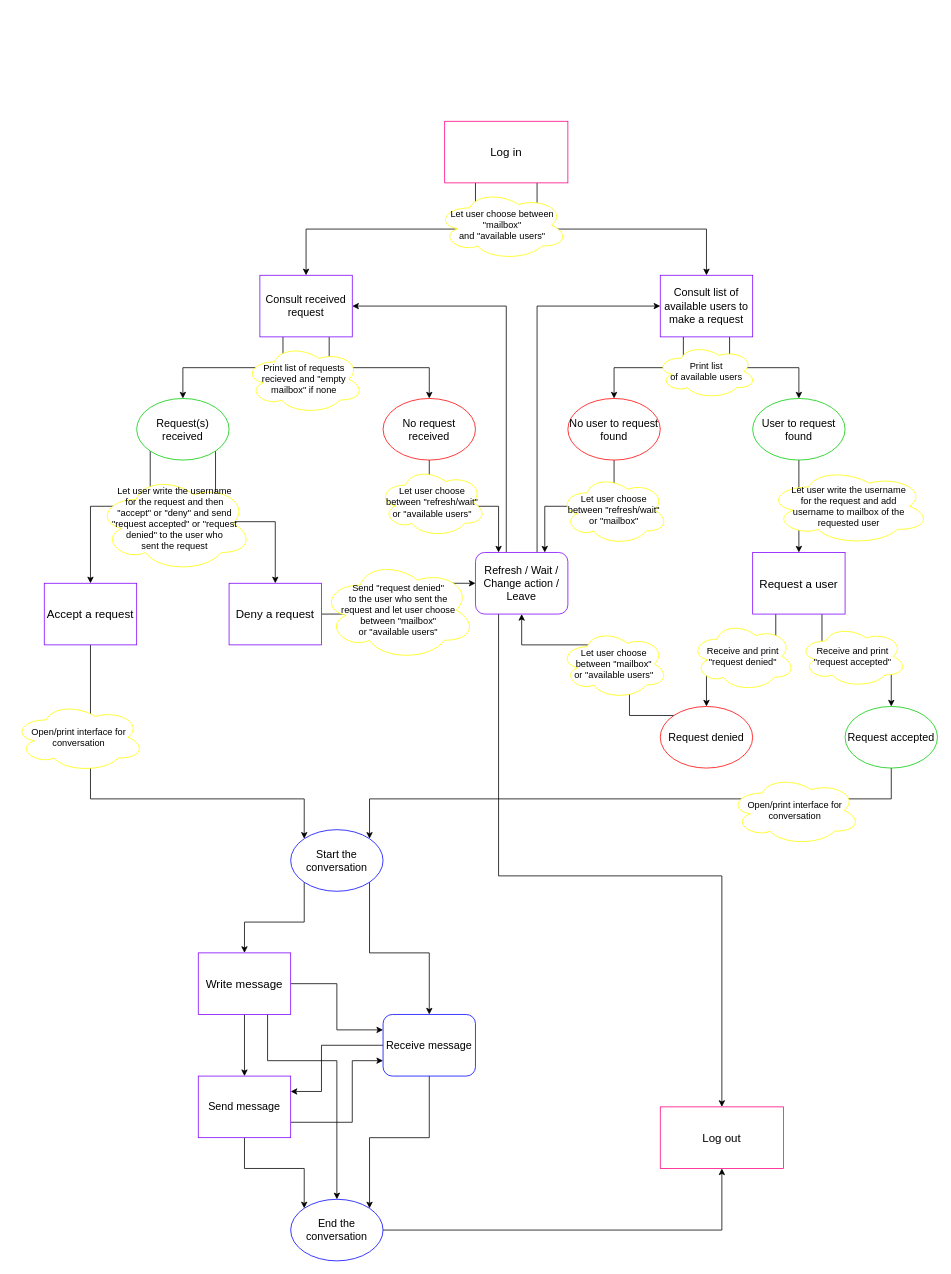
This is diagrams/User.drawio from sinagh72/FOC, a draw.io file, before an edit. Source tidied: cells renumbered, new cells numbered last; positions are measured from the earlier drawing's top-left corner, leaving out a move shared by most shapes. Both pictures are drawn from the tidied source at 77%, with x=0, y=0 at pixel (13, 121).
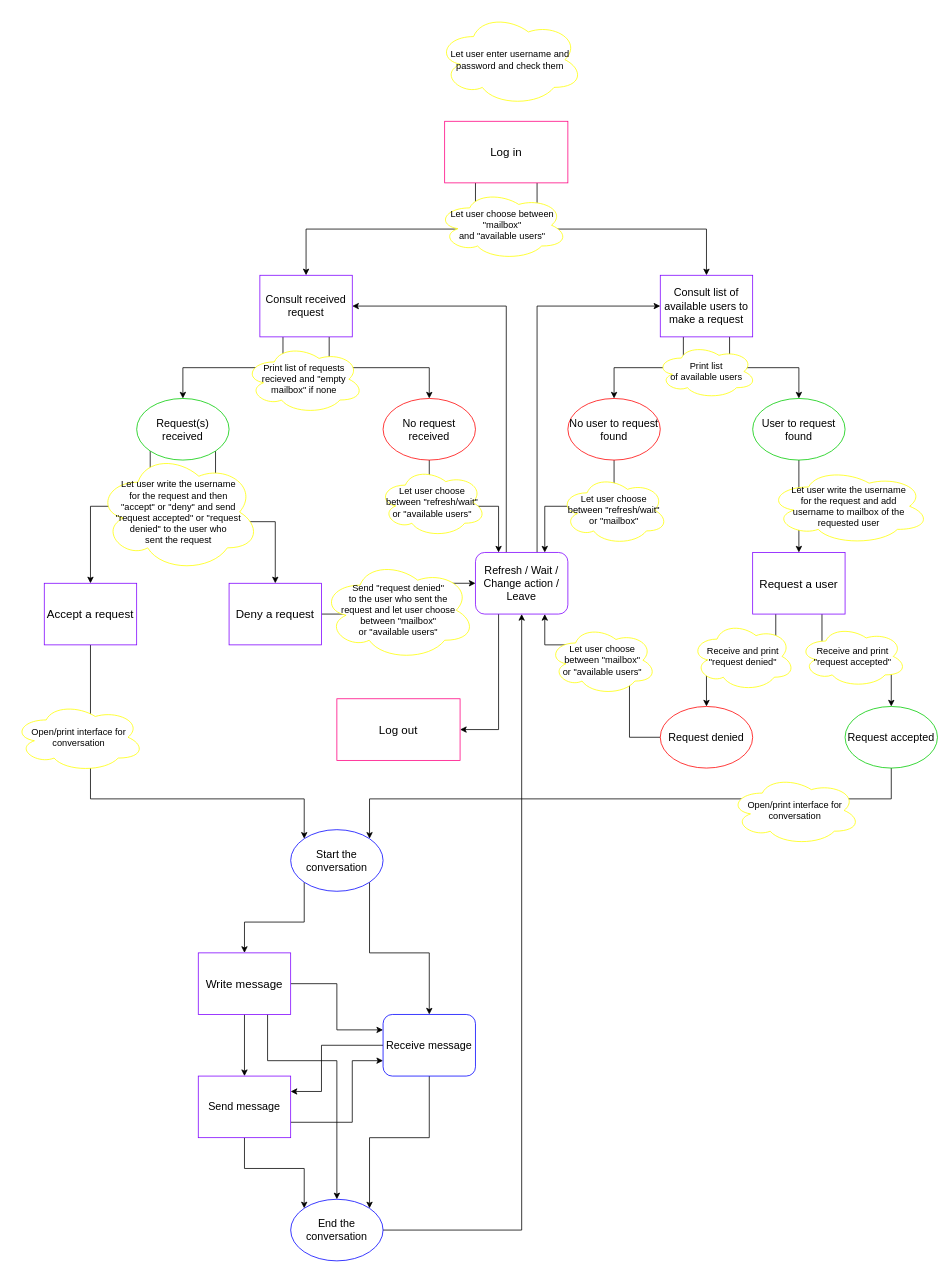
Above is the later version.

Unchanged cells that the change refers to:
```xml
<mxCell id="38" value="&lt;div&gt;&lt;font style=&quot;font-size: 14px&quot;&gt;Refresh / Wait / Change action /&lt;/font&gt;&lt;/div&gt;&lt;div&gt;&lt;font style=&quot;font-size: 14px&quot;&gt;Leave&lt;br&gt;&lt;/font&gt;&lt;/div&gt;" style="rounded=1;whiteSpace=wrap;html=1;strokeColor=#7F00FF;" parent="1" vertex="1">
  <mxGeometry x="600" y="560" width="120" height="80" as="geometry" />
</mxCell>
<mxCell id="40" value="&lt;font style=&quot;font-size: 14px&quot;&gt;Request denied&lt;/font&gt;" style="ellipse;whiteSpace=wrap;html=1;strokeColor=#FF0000;" parent="1" vertex="1">
  <mxGeometry x="840" y="760" width="120" height="80" as="geometry" />
</mxCell>
<mxCell id="47" value="&lt;font style=&quot;font-size: 14px&quot;&gt;End the conversation&lt;/font&gt;" style="ellipse;whiteSpace=wrap;html=1;strokeColor=#0000FF;" parent="1" vertex="1">
  <mxGeometry x="360" y="1400" width="120" height="80" as="geometry" />
</mxCell>
```

What changed in the source:
```diff
@@
     <mxCell id="5" value="&lt;font style=&quot;font-size: 15px&quot;&gt;Log out&lt;/font&gt;" style="rounded=0;whiteSpace=wrap;html=1;strokeColor=#FF0080;" parent="1" vertex="1">
-      <mxGeometry x="840" y="1280" width="160" height="80" as="geometry" />
+      <mxGeometry x="420" y="750" width="160" height="80" as="geometry" />
     </mxCell>
@@
-    <mxCell id="35" style="edgeStyle=orthogonalEdgeStyle;rounded=0;jettySize=auto;html=1;exitX=0.25;exitY=1;exitDx=0;exitDy=0;entryX=0.5;entryY=0;entryDx=0;entryDy=0;" parent="1" edge="1" source="38" target="5">
-      <mxGeometry relative="1" as="geometry">
-        <Array as="points">
-          <mxPoint x="630" y="980" />
-          <mxPoint x="920" y="980" />
-        </Array>
-      </mxGeometry>
-    </mxCell>
@@
+    <mxCell id="35" style="edgeStyle=orthogonalEdgeStyle;rounded=0;jettySize=auto;html=1;exitX=0.25;exitY=1;exitDx=0;exitDy=0;entryX=1;entryY=0.5;entryDx=0;entryDy=0;" parent="1" edge="1" source="38" target="5">
+      <mxGeometry relative="1" as="geometry" />
+    </mxCell>
@@
-    <mxCell id="39" style="edgeStyle=orthogonalEdgeStyle;rounded=0;jettySize=auto;html=1;exitX=0;exitY=0;exitDx=0;exitDy=0;entryX=0.5;entryY=1;entryDx=0;entryDy=0;" parent="1" edge="1" source="40" target="38">
+    <mxCell id="39" style="edgeStyle=orthogonalEdgeStyle;rounded=0;jettySize=auto;html=1;entryX=0.75;entryY=1;entryDx=0;entryDy=0;" parent="1" edge="1" source="40" target="38">
       <mxGeometry relative="1" as="geometry">
         <Array as="points">
-          <mxPoint x="800" y="772" />
+          <mxPoint x="800" y="800" />
           <mxPoint x="800" y="680" />
-          <mxPoint x="660" y="680" />
+          <mxPoint x="690" y="680" />
         </Array>
       </mxGeometry>
     </mxCell>
@@
-    <mxCell id="46" style="edgeStyle=orthogonalEdgeStyle;rounded=0;jettySize=auto;html=1;entryX=0.5;entryY=1;entryDx=0;entryDy=0;" parent="1" edge="1" source="47" target="5">
-      <mxGeometry relative="1" as="geometry" />
-    </mxCell>
+    <mxCell id="64" style="edgeStyle=orthogonalEdgeStyle;rounded=0;jettySize=auto;html=1;" parent="1" edge="1" source="47" target="38">
+      <mxGeometry relative="1" as="geometry" />
+    </mxCell>
@@
-    <mxCell id="55" value="&lt;div&gt;Let user write the username &lt;br&gt;&lt;/div&gt;&lt;div&gt;for the request and then &lt;br&gt;&lt;/div&gt;&lt;div&gt;&quot;accept&quot; or &quot;deny&quot; and send &lt;br&gt;&lt;/div&gt;&lt;div&gt;&quot;request accepted&quot; or &quot;request denied&quot; to the user who &lt;br&gt;&lt;/div&gt;&lt;div&gt;sent the request&lt;br&gt;&lt;/div&gt;&lt;div&gt;&lt;br&gt;&lt;/div&gt;" style="ellipse;shape=cloud;whiteSpace=wrap;html=1;strokeColor=#FFFF00;" parent="1" vertex="1">
-      <mxGeometry x="108.8" y="460" width="201.2" height="125" as="geometry" />
+    <mxCell id="55" value="&lt;div&gt;Let user write the username &lt;br&gt;&lt;/div&gt;&lt;div&gt;for the request and then &lt;br&gt;&lt;/div&gt;&lt;div&gt;&quot;accept&quot; or &quot;deny&quot; and send &lt;br&gt;&lt;/div&gt;&lt;div&gt;&quot;request accepted&quot; or &quot;request &lt;br&gt;&lt;/div&gt;&lt;div&gt;denied&quot; to the user who &lt;br&gt;&lt;/div&gt;&lt;div&gt;sent the request&lt;br&gt;&lt;/div&gt;" style="ellipse;shape=cloud;whiteSpace=wrap;html=1;strokeColor=#FFFF00;" parent="1" vertex="1">
+      <mxGeometry x="108.8" y="430" width="211.2" height="155" as="geometry" />
     </mxCell>
@@
     <mxCell id="58" value="&lt;div&gt;Let user choose &lt;br&gt;&lt;/div&gt;&lt;div&gt;between &quot;mailbox&quot; &lt;br&gt;&lt;/div&gt;&lt;div&gt;or &quot;available users&quot;&lt;/div&gt;" style="ellipse;shape=cloud;whiteSpace=wrap;html=1;strokeColor=#FFFF00;" parent="1" vertex="1">
-      <mxGeometry x="710" y="660" width="140" height="90" as="geometry" />
+      <mxGeometry x="695" y="655" width="140" height="90" as="geometry" />
     </mxCell>
@@
+    <mxCell id="65" value="Let user enter username and password and check them" style="ellipse;shape=cloud;whiteSpace=wrap;html=1;strokeColor=#FFFF00;" parent="1" vertex="1">
+      <mxGeometry x="550" y="-140" width="190" height="120" as="geometry" />
+    </mxCell>
```
